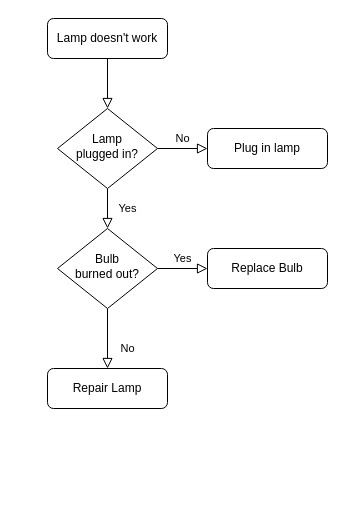
Earlier version of the draw.io diagram Untitled Diagram.drawio (wabby203/proyectoDemocursoPrew). Source tidied: cells renumbered, new cells numbered last; positions are measured from the earlier drawing's top-left corner, leaving out a move shared by most shapes. Both pictures are drawn from the tidied source at 100%, with x=0, y=0 at pixel (47, 18).
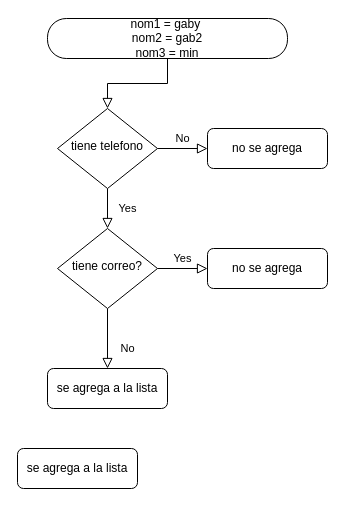
The same diagram, later.

Diff of the diagram source:
```diff
@@
 <mxGraphModel>
   <root>
     <mxCell id="0" />
     <mxCell id="1" parent="0" />
     <mxCell id="2" style="rounded=0;html=1;jettySize=auto;fontSize=11;endArrow=block;endFill=0;endSize=8;strokeWidth=1;shadow=0;labelBackgroundColor=none;edgeStyle=orthogonalEdgeStyle;" parent="1" edge="1" source="3" target="6">
       <mxGeometry relative="1" as="geometry" />
     </mxCell>
-    <mxCell id="3" value="Lamp doesn't work" style="rounded=1;whiteSpace=wrap;html=1;fontSize=12;glass=0;strokeWidth=1;shadow=0;" parent="1" vertex="1">
-      <mxGeometry width="120" height="40" as="geometry" />
+    <mxCell id="3" value="nom1 = gaby&amp;nbsp;&lt;br&gt;nom2 = gab2&lt;br&gt;nom3 = min" style="rounded=1;whiteSpace=wrap;html=1;fontSize=12;glass=0;strokeWidth=1;shadow=0;arcSize=47;" parent="1" vertex="1">
+      <mxGeometry width="240" height="40" as="geometry" />
     </mxCell>
     <mxCell id="4" value="Yes" style="rounded=0;html=1;jettySize=auto;fontSize=11;endArrow=block;endFill=0;endSize=8;strokeWidth=1;shadow=0;labelBackgroundColor=none;edgeStyle=orthogonalEdgeStyle;" parent="1" edge="1" source="6" target="10">
       <mxGeometry y="20" relative="1" as="geometry" />
     </mxCell>
     <mxCell id="5" value="No" style="edgeStyle=orthogonalEdgeStyle;rounded=0;html=1;jettySize=auto;fontSize=11;endArrow=block;endFill=0;endSize=8;strokeWidth=1;shadow=0;labelBackgroundColor=none;" parent="1" edge="1" source="6" target="7">
       <mxGeometry y="10" relative="1" as="geometry" />
     </mxCell>
-    <mxCell id="6" value="Lamp&lt;br&gt;plugged in?" style="rhombus;whiteSpace=wrap;html=1;shadow=0;fontFamily=Helvetica;fontSize=12;align=center;strokeWidth=1;spacing=6;spacingTop=-4;" parent="1" vertex="1">
+    <mxCell id="6" value="tiene telefono" style="rhombus;whiteSpace=wrap;html=1;shadow=0;fontFamily=Helvetica;fontSize=12;align=center;strokeWidth=1;spacing=6;spacingTop=-4;" parent="1" vertex="1">
       <mxGeometry x="10" y="90" width="100" height="80" as="geometry" />
     </mxCell>
-    <mxCell id="7" value="Plug in lamp" style="rounded=1;whiteSpace=wrap;html=1;fontSize=12;glass=0;strokeWidth=1;shadow=0;" parent="1" vertex="1">
+    <mxCell id="7" value="no se agrega" style="rounded=1;whiteSpace=wrap;html=1;fontSize=12;glass=0;strokeWidth=1;shadow=0;" parent="1" vertex="1">
       <mxGeometry x="160" y="110" width="120" height="40" as="geometry" />
     </mxCell>
     <mxCell id="8" value="No" style="rounded=0;html=1;jettySize=auto;fontSize=11;endArrow=block;endFill=0;endSize=8;strokeWidth=1;shadow=0;labelBackgroundColor=none;edgeStyle=orthogonalEdgeStyle;" parent="1" edge="1" source="10" target="11">
       <mxGeometry x="0.33" y="20" relative="1" as="geometry" />
     </mxCell>
     <mxCell id="9" value="Yes" style="edgeStyle=orthogonalEdgeStyle;rounded=0;html=1;jettySize=auto;fontSize=11;endArrow=block;endFill=0;endSize=8;strokeWidth=1;shadow=0;labelBackgroundColor=none;" parent="1" edge="1" source="10" target="12">
       <mxGeometry y="10" relative="1" as="geometry" />
     </mxCell>
-    <mxCell id="10" value="Bulb&lt;br&gt;burned out?" style="rhombus;whiteSpace=wrap;html=1;shadow=0;fontFamily=Helvetica;fontSize=12;align=center;strokeWidth=1;spacing=6;spacingTop=-4;" parent="1" vertex="1">
+    <mxCell id="10" value="tiene correo?" style="rhombus;whiteSpace=wrap;html=1;shadow=0;fontFamily=Helvetica;fontSize=12;align=center;strokeWidth=1;spacing=6;spacingTop=-4;" parent="1" vertex="1">
       <mxGeometry x="10" y="210" width="100" height="80" as="geometry" />
     </mxCell>
-    <mxCell id="11" value="Repair Lamp" style="rounded=1;whiteSpace=wrap;html=1;fontSize=12;glass=0;strokeWidth=1;shadow=0;" parent="1" vertex="1">
+    <mxCell id="11" value="se agrega a la lista" style="rounded=1;whiteSpace=wrap;html=1;fontSize=12;glass=0;strokeWidth=1;shadow=0;" parent="1" vertex="1">
       <mxGeometry y="350" width="120" height="40" as="geometry" />
     </mxCell>
-    <mxCell id="12" value="Replace Bulb" style="rounded=1;whiteSpace=wrap;html=1;fontSize=12;glass=0;strokeWidth=1;shadow=0;" parent="1" vertex="1">
+    <mxCell id="12" value="no se agrega" style="rounded=1;whiteSpace=wrap;html=1;fontSize=12;glass=0;strokeWidth=1;shadow=0;" parent="1" vertex="1">
       <mxGeometry x="160" y="230" width="120" height="40" as="geometry" />
     </mxCell>
+    <mxCell id="13" value="se agrega a la lista" style="rounded=1;whiteSpace=wrap;html=1;fontSize=12;glass=0;strokeWidth=1;shadow=0;" parent="1" vertex="1">
+      <mxGeometry x="-30" y="430" width="120" height="40" as="geometry" />
+    </mxCell>
   </root>
 </mxGraphModel>
```
